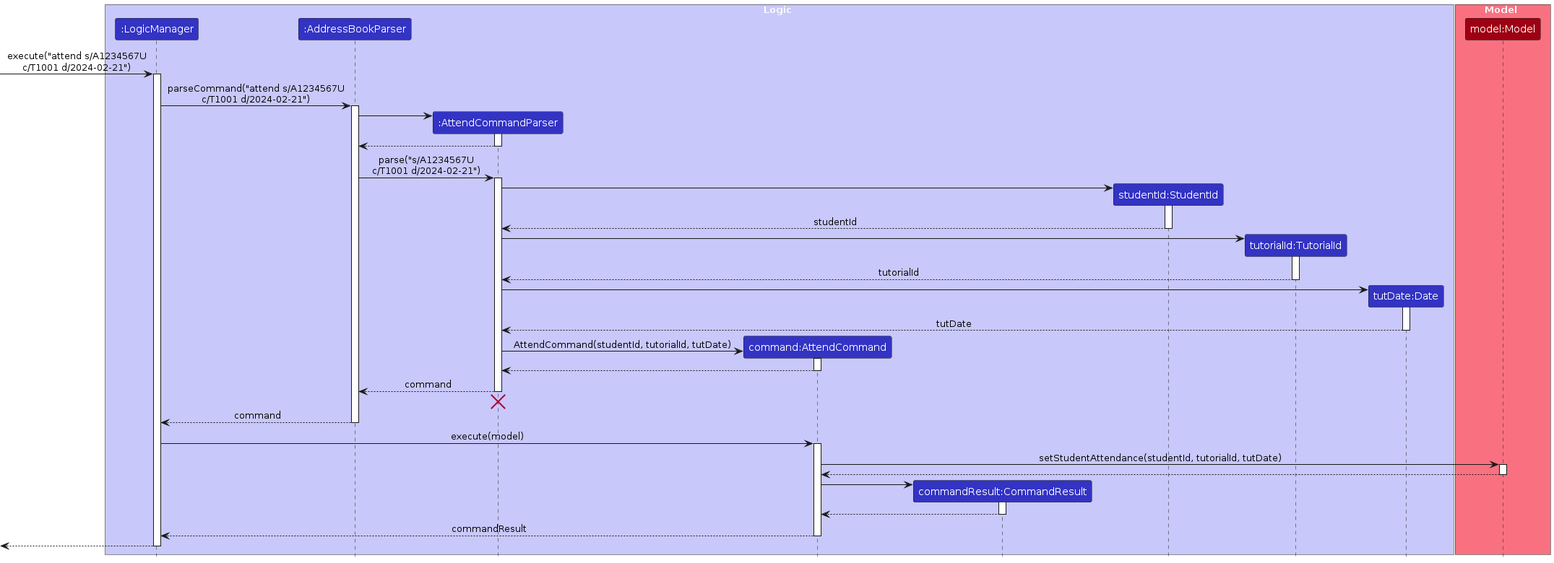
Before: diagrams/AttendCommandSequenceDiagram.png, a diagram exported from PlantUML (Fui03/tp). Its source is kept beside it as diagrams/AttendCommandSequenceDiagram.puml. The source it was exported from:
```plantuml
@startuml
!include style.puml
skinparam ArrowFontStyle plain

box Logic LOGIC_COLOR_T1
participant ":LogicManager" as LogicManager LOGIC_COLOR
participant ":AddressBookParser" as AddressBookParser LOGIC_COLOR
participant ":AttendCommandParser" as AttendCommandParser LOGIC_COLOR
participant "command:AttendCommand" as AttendCommand LOGIC_COLOR
participant "commandResult:CommandResult" as CommandResult LOGIC_COLOR
participant "studentId:StudentId" as StudentId LOGIC_COLOR
participant "tutorialId:TutorialId" as TutorialId LOGIC_COLOR
participant "tutDate:Date" as Date LOGIC_COLOR

end box

box Model MODEL_COLOR_T1
participant "model:Model" as Model MODEL_COLOR
end box

[-> LogicManager : execute("attend s/A1234567U\nc/T1001 d/2024-02-21")
activate LogicManager

LogicManager -> AddressBookParser : parseCommand("attend s/A1234567U\nc/T1001 d/2024-02-21")
activate AddressBookParser

create AttendCommandParser
AddressBookParser -> AttendCommandParser
activate AttendCommandParser

AttendCommandParser --> AddressBookParser
deactivate AttendCommandParser

AddressBookParser -> AttendCommandParser : parse("s/A1234567U\nc/T1001 d/2024-02-21")
activate AttendCommandParser

create StudentId
AttendCommandParser -> StudentId
activate StudentId

StudentId --> AttendCommandParser : studentId
deactivate StudentId

create TutorialId
AttendCommandParser -> TutorialId :
activate TutorialId

TutorialId --> AttendCommandParser : tutorialId
deactivate TutorialId

create Date
AttendCommandParser -> Date :
activate Date

Date --> AttendCommandParser : tutDate
deactivate Date

create AttendCommand
AttendCommandParser -> AttendCommand : AttendCommand(studentId, tutorialId, tutDate)
activate AttendCommand

AttendCommand --> AttendCommandParser :
deactivate AttendCommand

AttendCommandParser --> AddressBookParser : command
deactivate AttendCommandParser
AttendCommandParser -[hidden]-> AddressBookParser
destroy AttendCommandParser

AddressBookParser --> LogicManager : command
deactivate AddressBookParser

LogicManager -> AttendCommand : execute(model)
activate AttendCommand

AttendCommand -> Model : setStudentAttendance(studentId, tutorialId, tutDate)
activate Model

Model --> AttendCommand
deactivate Model

create CommandResult
AttendCommand -> CommandResult
activate CommandResult

CommandResult --> AttendCommand
deactivate CommandResult

AttendCommand --> LogicManager : commandResult
deactivate AttendCommand

[<--LogicManager
deactivate LogicManager
@enduml
```
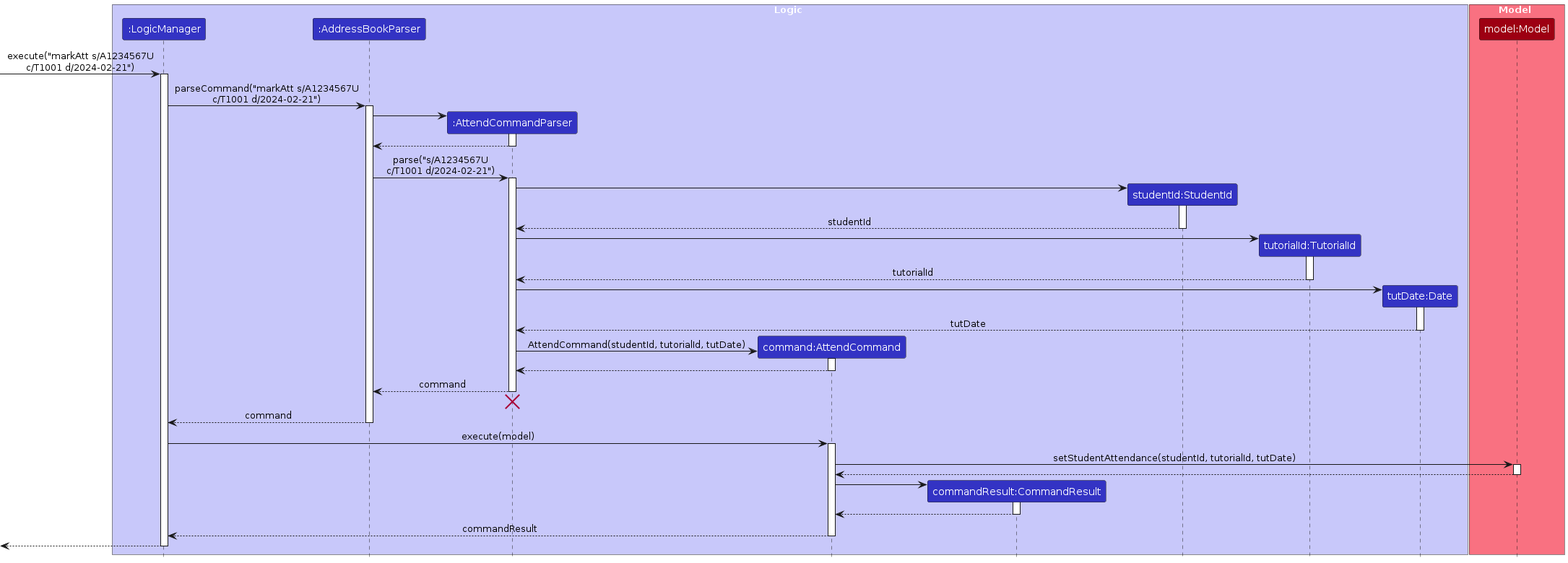
After the change.

What changed in the source:
```diff
@@ -18,10 +18,10 @@
 participant "model:Model" as Model MODEL_COLOR
 end box
 
-[-> LogicManager : execute("attend s/A1234567U\nc/T1001 d/2024-02-21")
+[-> LogicManager : execute("markAtt s/A1234567U\nc/T1001 d/2024-02-21")
 activate LogicManager
 
-LogicManager -> AddressBookParser : parseCommand("attend s/A1234567U\nc/T1001 d/2024-02-21")
+LogicManager -> AddressBookParser : parseCommand("markAtt s/A1234567U\nc/T1001 d/2024-02-21")
 activate AddressBookParser
 
 create AttendCommandParser
```
